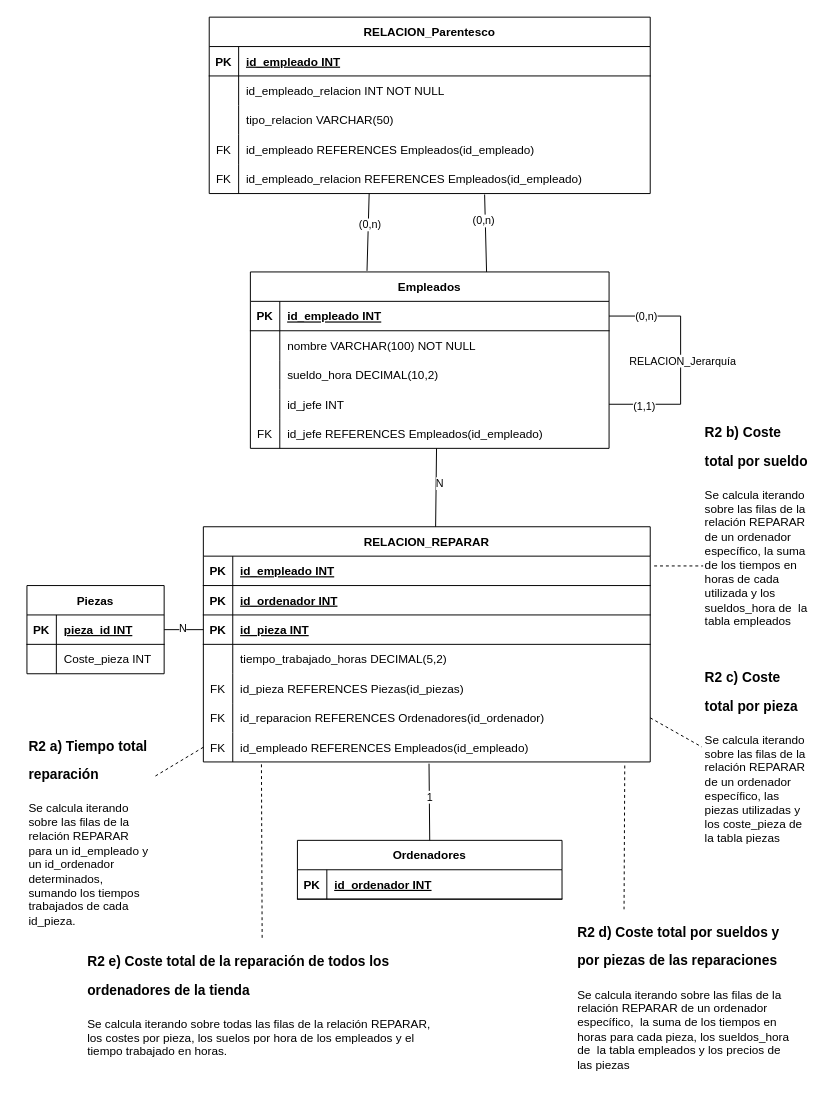
Above: IngenieríaDeSoftware/P2-A3/Modelado R2.drawio in aloantony/TrabajosEnGrupoGII-DalilaTony (draw.io), before the change. Source tidied: cells renumbered, new cells numbered last; positions are measured from the earlier drawing's top-left corner, leaving out a move shared by most shapes. Both pictures are drawn from the tidied source at 98%, with x=0, y=0 at pixel (26, 17).
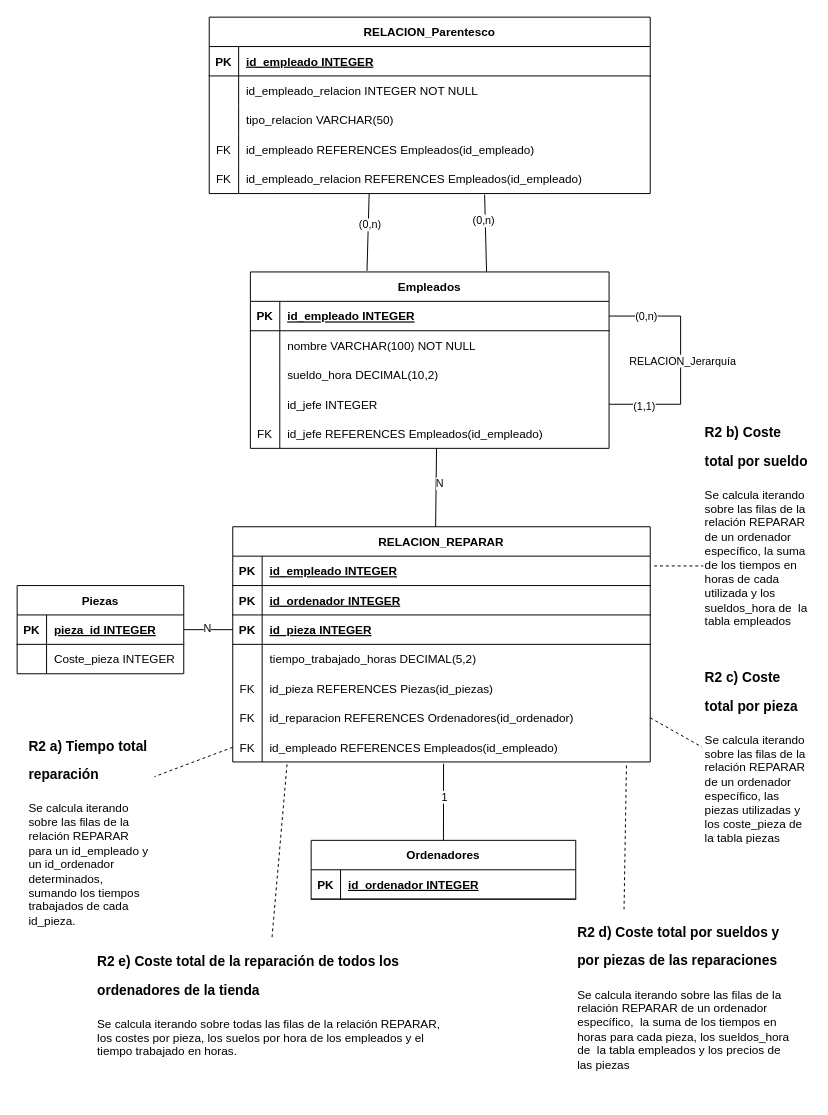
The same page after the edit.

The change refers to these unchanged cells:
```xml
<mxCell id="3" style="shape=tableRow;horizontal=0;startSize=0;swimlaneHead=0;swimlaneBody=0;fillColor=none;points=[[0,0.5],[1,0.5]];portConstraint=eastwest;strokeColor=inherit;top=0;left=0;right=0;bottom=1;" parent="2" vertex="1">
  <mxGeometry y="30" width="366" height="30" as="geometry" />
</mxCell>
<mxCell id="12" style="shape=tableRow;horizontal=0;startSize=0;swimlaneHead=0;swimlaneBody=0;fillColor=none;points=[[0,0.5],[1,0.5]];portConstraint=eastwest;strokeColor=inherit;top=0;left=0;right=0;bottom=0;" parent="2" vertex="1">
  <mxGeometry y="120" width="366" height="30" as="geometry" />
</mxCell>
<mxCell id="23" style="shape=tableRow;horizontal=0;startSize=0;swimlaneHead=0;swimlaneBody=0;fillColor=none;strokeColor=inherit;top=0;left=0;right=0;bottom=1;" parent="22" vertex="1">
  <mxGeometry y="30" width="450" height="30" as="geometry" />
</mxCell>
<mxCell id="26" style="shape=tableRow;horizontal=0;startSize=0;swimlaneHead=0;swimlaneBody=0;fillColor=none;strokeColor=inherit;top=0;left=0;right=0;bottom=0;" parent="22" vertex="1">
  <mxGeometry y="60" width="450" height="30" as="geometry" />
</mxCell>
<mxCell id="39" style="shape=tableRow;horizontal=0;startSize=0;swimlaneHead=0;swimlaneBody=0;fillColor=none;strokeColor=inherit;top=0;left=0;right=0;bottom=1;" parent="38" vertex="1">
  <mxGeometry y="30" width="270" height="30" as="geometry" />
</mxCell>
```

Change to the diagram source:
```diff
@@
-    <mxCell id="5" value="id_empleado INT" style="shape=partialRectangle;overflow=hidden;fillColor=none;align=left;strokeColor=inherit;top=0;left=0;bottom=0;right=0;spacingLeft=6;fontStyle=5;" parent="3" vertex="1">
+    <mxCell id="5" value="id_empleado INTEGER" style="shape=partialRectangle;overflow=hidden;fillColor=none;align=left;strokeColor=inherit;top=0;left=0;bottom=0;right=0;spacingLeft=6;fontStyle=5;" parent="3" vertex="1">
       <mxGeometry x="30" width="336" height="30" as="geometry" />
     </mxCell>
@@
-    <mxCell id="14" value="id_jefe INT" style="shape=partialRectangle;overflow=hidden;fillColor=none;align=left;strokeColor=inherit;top=0;left=0;bottom=0;right=0;spacingLeft=6;" parent="12" vertex="1">
+    <mxCell id="14" value="id_jefe INTEGER" style="shape=partialRectangle;overflow=hidden;fillColor=none;align=left;strokeColor=inherit;top=0;left=0;bottom=0;right=0;spacingLeft=6;" parent="12" vertex="1">
       <mxGeometry x="30" width="336" height="30" as="geometry" />
     </mxCell>
@@
-    <mxCell id="25" value="id_empleado INT" style="shape=partialRectangle;overflow=hidden;fillColor=none;align=left;strokeColor=inherit;top=0;left=0;bottom=0;right=0;spacingLeft=6;fontStyle=5;" parent="23" vertex="1">
+    <mxCell id="25" value="id_empleado INTEGER" style="shape=partialRectangle;overflow=hidden;fillColor=none;align=left;strokeColor=inherit;top=0;left=0;bottom=0;right=0;spacingLeft=6;fontStyle=5;" parent="23" vertex="1">
       <mxGeometry x="30" width="420" height="30" as="geometry" />
     </mxCell>
@@
-    <mxCell id="28" value="id_empleado_relacion INT NOT NULL" style="shape=partialRectangle;overflow=hidden;fillColor=none;align=left;strokeColor=inherit;top=0;left=0;bottom=0;right=0;spacingLeft=6;" parent="26" vertex="1">
+    <mxCell id="28" value="id_empleado_relacion INTEGER NOT NULL" style="shape=partialRectangle;overflow=hidden;fillColor=none;align=left;strokeColor=inherit;top=0;left=0;bottom=0;right=0;spacingLeft=6;" parent="26" vertex="1">
       <mxGeometry x="30" width="420" height="30" as="geometry" />
     </mxCell>
@@
     <mxCell id="38" value="Ordenadores" style="shape=table;startSize=30;childLayout=tableLayout;rowLines=0;fontStyle=1;align=center;" parent="1" vertex="1">
-      <mxGeometry x="276" y="840" width="270" height="60" as="geometry" />
+      <mxGeometry x="290" y="840" width="270" height="60" as="geometry" />
     </mxCell>
@@
-    <mxCell id="41" value="id_ordenador INT" style="shape=partialRectangle;overflow=hidden;fillColor=none;align=left;strokeColor=inherit;top=0;left=0;bottom=0;right=0;spacingLeft=6;fontStyle=5;" parent="39" vertex="1">
+    <mxCell id="41" value="id_ordenador INTEGER" style="shape=partialRectangle;overflow=hidden;fillColor=none;align=left;strokeColor=inherit;top=0;left=0;bottom=0;right=0;spacingLeft=6;fontStyle=5;" parent="39" vertex="1">
       <mxGeometry x="30" width="240" height="30" as="geometry" />
     </mxCell>
     <mxCell id="42" value="RELACION_REPARAR" style="shape=table;startSize=30;childLayout=tableLayout;rowLines=0;fontStyle=1;align=center;" parent="1" vertex="1">
-      <mxGeometry x="180" y="520" width="456" height="240" as="geometry" />
+      <mxGeometry x="210" y="520" width="426" height="240" as="geometry" />
     </mxCell>
     <mxCell id="43" style="shape=tableRow;horizontal=0;startSize=0;swimlaneHead=0;swimlaneBody=0;fillColor=none;strokeColor=inherit;top=0;left=0;right=0;bottom=1;" parent="42" vertex="1">
-      <mxGeometry y="30" width="456" height="30" as="geometry" />
+      <mxGeometry y="30" width="426" height="30" as="geometry" />
     </mxCell>
@@
-    <mxCell id="45" value="id_empleado INT" style="shape=partialRectangle;overflow=hidden;fillColor=none;align=left;strokeColor=inherit;top=0;left=0;bottom=0;right=0;spacingLeft=6;fontStyle=5;" parent="43" vertex="1">
-      <mxGeometry x="30" width="426" height="30" as="geometry" />
+    <mxCell id="45" value="id_empleado INTEGER" style="shape=partialRectangle;overflow=hidden;fillColor=none;align=left;strokeColor=inherit;top=0;left=0;bottom=0;right=0;spacingLeft=6;fontStyle=5;" parent="43" vertex="1">
+      <mxGeometry x="30" width="396" height="30" as="geometry" />
     </mxCell>
     <mxCell id="46" style="shape=tableRow;horizontal=0;startSize=0;swimlaneHead=0;swimlaneBody=0;fillColor=none;strokeColor=inherit;top=0;left=0;right=0;bottom=1;" parent="42" vertex="1">
-      <mxGeometry y="60" width="456" height="30" as="geometry" />
+      <mxGeometry y="60" width="426" height="30" as="geometry" />
     </mxCell>
@@
-    <mxCell id="48" value="id_ordenador INT" style="shape=partialRectangle;overflow=hidden;fillColor=none;align=left;strokeColor=inherit;top=0;left=0;bottom=0;right=0;spacingLeft=6;fontStyle=5;" parent="46" vertex="1">
-      <mxGeometry x="30" width="426" height="30" as="geometry" />
+    <mxCell id="48" value="id_ordenador INTEGER" style="shape=partialRectangle;overflow=hidden;fillColor=none;align=left;strokeColor=inherit;top=0;left=0;bottom=0;right=0;spacingLeft=6;fontStyle=5;" parent="46" vertex="1">
+      <mxGeometry x="30" width="396" height="30" as="geometry" />
     </mxCell>
     <mxCell id="49" style="shape=tableRow;horizontal=0;startSize=0;swimlaneHead=0;swimlaneBody=0;fillColor=none;points=[[0,0.5],[1,0.5]];portConstraint=eastwest;strokeColor=inherit;top=0;left=0;right=0;bottom=1;" parent="42" vertex="1">
-      <mxGeometry y="90" width="456" height="30" as="geometry" />
+      <mxGeometry y="90" width="426" height="30" as="geometry" />
     </mxCell>
@@
-    <mxCell id="51" value="id_pieza INT" style="shape=partialRectangle;overflow=hidden;fillColor=none;align=left;strokeColor=inherit;top=0;left=0;bottom=0;right=0;spacingLeft=6;fontStyle=5;" parent="49" vertex="1">
-      <mxGeometry x="30" width="426" height="30" as="geometry" />
+    <mxCell id="51" value="id_pieza INTEGER" style="shape=partialRectangle;overflow=hidden;fillColor=none;align=left;strokeColor=inherit;top=0;left=0;bottom=0;right=0;spacingLeft=6;fontStyle=5;" parent="49" vertex="1">
+      <mxGeometry x="30" width="396" height="30" as="geometry" />
     </mxCell>
     <mxCell id="52" style="shape=tableRow;horizontal=0;startSize=0;swimlaneHead=0;swimlaneBody=0;fillColor=none;strokeColor=inherit;top=0;left=0;right=0;bottom=0;" parent="42" vertex="1">
-      <mxGeometry y="120" width="456" height="30" as="geometry" />
+      <mxGeometry y="120" width="426" height="30" as="geometry" />
     </mxCell>
@@
     <mxCell id="54" value="tiempo_trabajado_horas DECIMAL(5,2)" style="shape=partialRectangle;overflow=hidden;fillColor=none;align=left;strokeColor=inherit;top=0;left=0;bottom=0;right=0;spacingLeft=6;" parent="52" vertex="1">
-      <mxGeometry x="30" width="426" height="30" as="geometry" />
+      <mxGeometry x="30" width="396" height="30" as="geometry" />
     </mxCell>
     <mxCell id="55" style="shape=tableRow;horizontal=0;startSize=0;swimlaneHead=0;swimlaneBody=0;fillColor=none;strokeColor=inherit;top=0;left=0;right=0;bottom=0;" parent="42" vertex="1">
-      <mxGeometry y="150" width="456" height="30" as="geometry" />
+      <mxGeometry y="150" width="426" height="30" as="geometry" />
     </mxCell>
@@
     <mxCell id="57" value="id_pieza REFERENCES Piezas(id_piezas)" style="shape=partialRectangle;overflow=hidden;fillColor=none;align=left;strokeColor=inherit;top=0;left=0;bottom=0;right=0;spacingLeft=6;" parent="55" vertex="1">
-      <mxGeometry x="30" width="426" height="30" as="geometry" />
+      <mxGeometry x="30" width="396" height="30" as="geometry" />
     </mxCell>
     <mxCell id="58" style="shape=tableRow;horizontal=0;startSize=0;swimlaneHead=0;swimlaneBody=0;fillColor=none;points=[[0,0.5],[1,0.5]];portConstraint=eastwest;strokeColor=inherit;top=0;left=0;right=0;bottom=0;" parent="42" vertex="1">
-      <mxGeometry y="180" width="456" height="30" as="geometry" />
+      <mxGeometry y="180" width="426" height="30" as="geometry" />
     </mxCell>
@@
     <mxCell id="60" value="id_reparacion REFERENCES Ordenadores(id_ordenador)" style="shape=partialRectangle;overflow=hidden;fillColor=none;align=left;strokeColor=inherit;top=0;left=0;bottom=0;right=0;spacingLeft=6;" parent="58" vertex="1">
-      <mxGeometry x="30" width="426" height="30" as="geometry" />
+      <mxGeometry x="30" width="396" height="30" as="geometry" />
     </mxCell>
     <mxCell id="61" style="shape=tableRow;horizontal=0;startSize=0;swimlaneHead=0;swimlaneBody=0;fillColor=none;points=[[0,0.5],[1,0.5]];portConstraint=eastwest;strokeColor=inherit;top=0;left=0;right=0;bottom=0;" parent="42" vertex="1">
-      <mxGeometry y="210" width="456" height="30" as="geometry" />
+      <mxGeometry y="210" width="426" height="30" as="geometry" />
     </mxCell>
@@
     <mxCell id="63" value="id_empleado REFERENCES Empleados(id_empleado)" style="shape=partialRectangle;overflow=hidden;fillColor=none;align=left;strokeColor=inherit;top=0;left=0;bottom=0;right=0;spacingLeft=6;" parent="61" vertex="1">
-      <mxGeometry x="30" width="426" height="30" as="geometry" />
+      <mxGeometry x="30" width="396" height="30" as="geometry" />
     </mxCell>
@@
     <mxCell id="74" value="Piezas" style="shape=table;startSize=30;childLayout=tableLayout;rowLines=0;fontStyle=1;align=center;" parent="1" vertex="1">
-      <mxGeometry y="580" width="140" height="90" as="geometry" />
+      <mxGeometry x="-10" y="580" width="170" height="90" as="geometry" />
     </mxCell>
     <mxCell id="75" style="shape=tableRow;horizontal=0;startSize=0;swimlaneHead=0;swimlaneBody=0;fillColor=none;points=[[0,0.5],[1,0.5]];portConstraint=eastwest;strokeColor=inherit;top=0;left=0;right=0;bottom=1;" parent="74" vertex="1">
-      <mxGeometry y="30" width="140" height="30" as="geometry" />
+      <mxGeometry y="30" width="170" height="30" as="geometry" />
     </mxCell>
@@
-    <mxCell id="77" value="pieza_id INT" style="shape=partialRectangle;overflow=hidden;fillColor=none;align=left;strokeColor=inherit;top=0;left=0;bottom=0;right=0;spacingLeft=6;fontStyle=5;" parent="75" vertex="1">
-      <mxGeometry x="30" width="110" height="30" as="geometry" />
+    <mxCell id="77" value="pieza_id INTEGER" style="shape=partialRectangle;overflow=hidden;fillColor=none;align=left;strokeColor=inherit;top=0;left=0;bottom=0;right=0;spacingLeft=6;fontStyle=5;" parent="75" vertex="1">
+      <mxGeometry x="30" width="140" height="30" as="geometry" />
     </mxCell>
     <mxCell id="78" style="shape=tableRow;horizontal=0;startSize=0;swimlaneHead=0;swimlaneBody=0;fillColor=none;strokeColor=inherit;top=0;left=0;right=0;bottom=0;" parent="74" vertex="1">
-      <mxGeometry y="60" width="140" height="30" as="geometry" />
+      <mxGeometry y="60" width="170" height="30" as="geometry" />
     </mxCell>
@@
-    <mxCell id="80" value="Coste_pieza INT" style="shape=partialRectangle;overflow=hidden;fillColor=none;align=left;strokeColor=inherit;top=0;left=0;bottom=0;right=0;spacingLeft=6;" parent="78" vertex="1">
-      <mxGeometry x="30" width="110" height="30" as="geometry" />
+    <mxCell id="80" value="Coste_pieza INTEGER" style="shape=partialRectangle;overflow=hidden;fillColor=none;align=left;strokeColor=inherit;top=0;left=0;bottom=0;right=0;spacingLeft=6;" parent="78" vertex="1">
+      <mxGeometry x="30" width="140" height="30" as="geometry" />
     </mxCell>
@@
     <mxCell id="89" value="&lt;h1 style=&quot;margin-top: 0px;&quot;&gt;&lt;font style=&quot;font-size: 14px;&quot;&gt;R2 e) Coste total de la reparación de todos los ordenadores de la tienda&lt;/font&gt;&lt;br&gt;&lt;/h1&gt;&lt;p&gt;Se calcula iterando sobre todas las filas de la relación REPARAR, los costes por pieza, los suelos por hora de los empleados y el tiempo trabajado en horas.&lt;br&gt;&lt;/p&gt;" style="text;html=1;whiteSpace=wrap;overflow=hidden;rounded=0;" parent="1" vertex="1">
-      <mxGeometry x="60" y="940" width="360" height="160" as="geometry" />
+      <mxGeometry x="70" y="940" width="360" height="160" as="geometry" />
     </mxCell>
```
